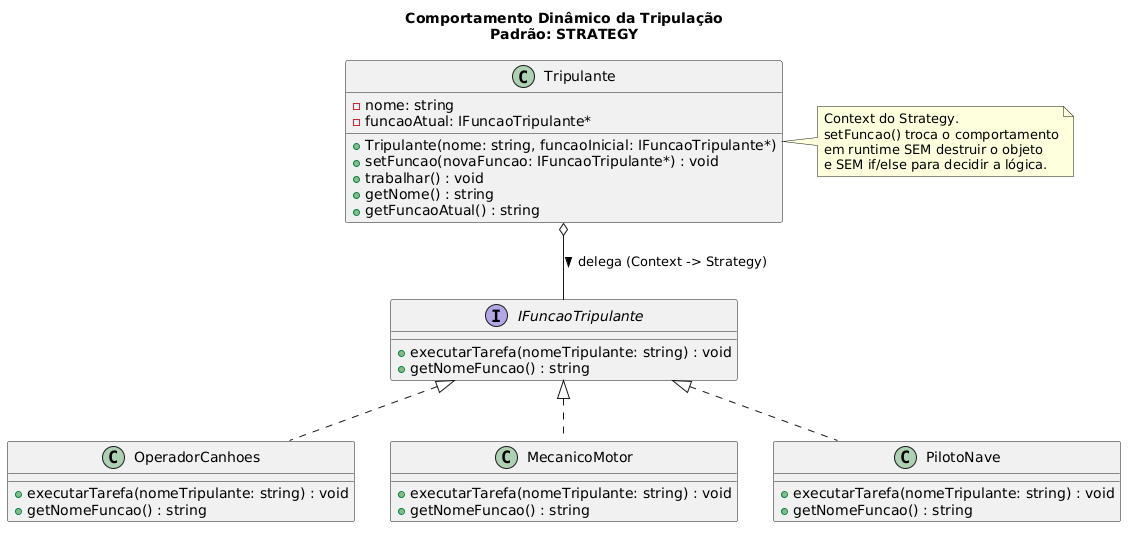
Earlier version of the PlantUML export diagramas/diagrama2.png (sfDavi/desafio-labtime-2026). The source it was exported from:
```plantuml
@startuml
title Comportamento Dinâmico da Tripulação\nPadrão: STRATEGY

interface IFuncaoTripulante {
    +executarTarefa(nomeTripulante: string) : void
    +getNomeFuncao() : string
}

class OperadorCanhoes {
    +executarTarefa(nomeTripulante: string) : void
    +getNomeFuncao() : string
}

class MecanicoMotor {
    +executarTarefa(nomeTripulante: string) : void
    +getNomeFuncao() : string
}

class PilotoNave {
    +executarTarefa(nomeTripulante: string) : void
    +getNomeFuncao() : string
}

class Tripulante {
    -nome: string
    -funcaoAtual: IFuncaoTripulante*
    +Tripulante(nome: string, funcaoInicial: IFuncaoTripulante*)
    +setFuncao(novaFuncao: IFuncaoTripulante*) : void
    +trabalhar() : void
    +getNome() : string
    +getFuncaoAtual() : string
}

IFuncaoTripulante <|.. OperadorCanhoes
IFuncaoTripulante <|.. MecanicoMotor
IFuncaoTripulante <|.. PilotoNave

Tripulante o-- IFuncaoTripulante : delega (Context -> Strategy) >

note right of Tripulante
  Context do Strategy.
  setFuncao() troca o comportamento
  em runtime SEM destruir o objeto
  e SEM if/else para decidir a lógica.
end note
@enduml
```
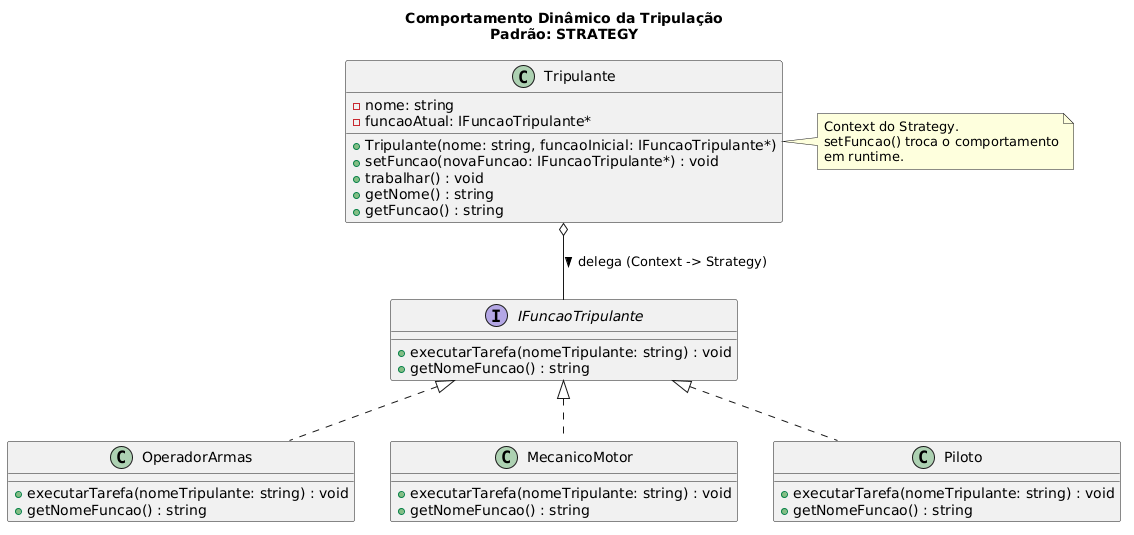
The same diagram one commit later.

What changed in the source:
```diff
@@ -6,7 +6,7 @@
     +getNomeFuncao() : string
 }
 
-class OperadorCanhoes {
+class OperadorArmas {
     +executarTarefa(nomeTripulante: string) : void
     +getNomeFuncao() : string
 }
@@ -16,7 +16,7 @@
     +getNomeFuncao() : string
 }
 
-class PilotoNave {
+class Piloto {
     +executarTarefa(nomeTripulante: string) : void
     +getNomeFuncao() : string
 }
@@ -28,19 +28,18 @@
     +setFuncao(novaFuncao: IFuncaoTripulante*) : void
     +trabalhar() : void
     +getNome() : string
-    +getFuncaoAtual() : string
+    +getFuncao() : string
 }
 
-IFuncaoTripulante <|.. OperadorCanhoes
+IFuncaoTripulante <|.. OperadorArmas
 IFuncaoTripulante <|.. MecanicoMotor
-IFuncaoTripulante <|.. PilotoNave
+IFuncaoTripulante <|.. Piloto
 
 Tripulante o-- IFuncaoTripulante : delega (Context -> Strategy) >
 
 note right of Tripulante
   Context do Strategy.
   setFuncao() troca o comportamento
-  em runtime SEM destruir o objeto
-  e SEM if/else para decidir a lógica.
+  em runtime.
 end note
 @enduml
```
